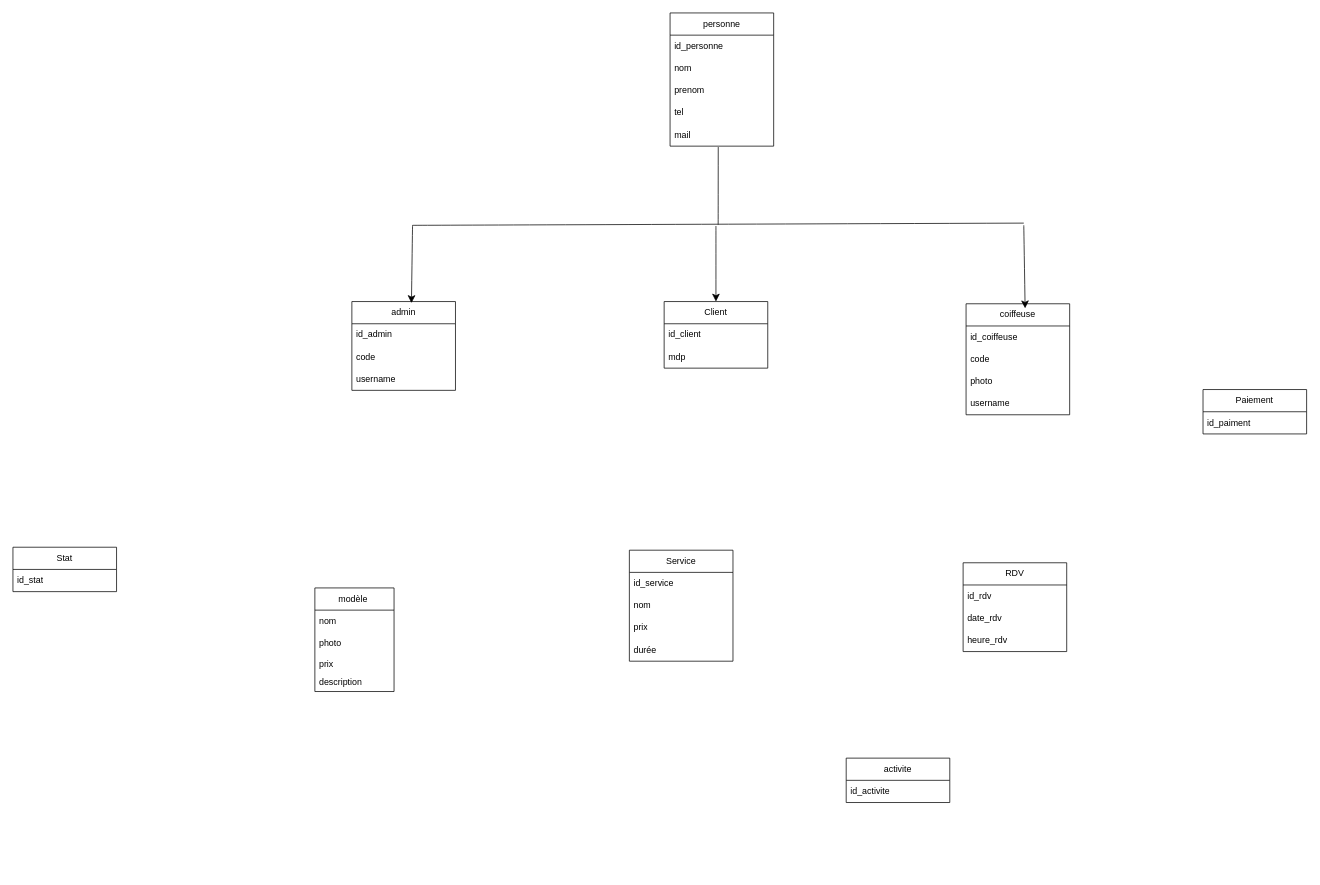
This is gestion_salon_coiffure.drawio from bettyhubcod/gestion_salon, a draw.io file, before an edit. Source tidied: cells renumbered, new cells numbered last; positions are measured from the earlier drawing's top-left corner, leaving out a move shared by most shapes. Both pictures are drawn from the tidied source at 74%, with x=0, y=0 at pixel (13, 13).
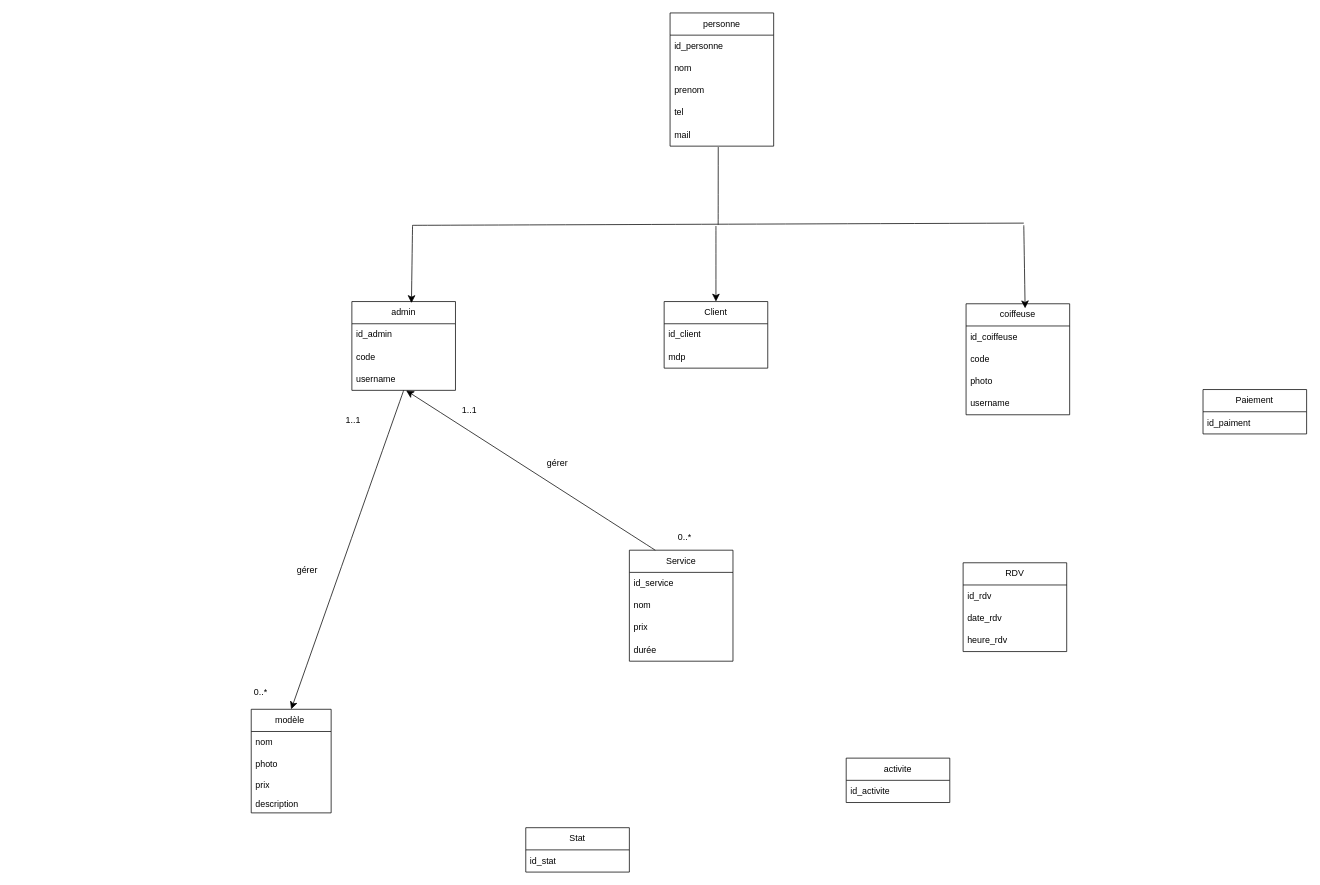
The same page after the edit.

Commit message:
Mettre à jour gestion_salon_coiffure.drawio

The change refers to these unchanged cells:
```xml
<mxCell id="12" value="admin" style="swimlane;fontStyle=0;horizontal=1;startSize=30;whiteSpace=wrap;html=1;" parent="1" vertex="1">
  <mxGeometry x="458" y="390" width="140" height="120" as="geometry" />
</mxCell>
<mxCell id="15" value="username" style="text;strokeColor=none;fillColor=none;align=left;verticalAlign=middle;spacingLeft=4;spacingRight=4;overflow=hidden;points=[[0,0.5],[1,0.5]];portConstraint=eastwest;whiteSpace=wrap;html=1;" parent="12" vertex="1">
  <mxGeometry y="90" width="140" height="30" as="geometry" />
</mxCell>
<mxCell id="29" value="Service" style="swimlane;fontStyle=0;horizontal=1;startSize=30;whiteSpace=wrap;html=1;" parent="1" vertex="1">
  <mxGeometry x="833" y="726" width="140" height="150" as="geometry" />
</mxCell>
```

What changed in the source:
```diff
@@
     <mxCell id="4" value="Stat" style="swimlane;fontStyle=0;horizontal=1;startSize=30;whiteSpace=wrap;html=1;" parent="1" vertex="1">
-      <mxGeometry y="722" width="140" height="60" as="geometry" />
+      <mxGeometry x="693" y="1101" width="140" height="60" as="geometry" />
     </mxCell>
@@
+    <mxCell id="45" style="edgeStyle=none;curved=1;rounded=0;jettySize=auto;html=1;exitX=0.5;exitY=1;exitDx=0;exitDy=0;entryX=0.5;entryY=0;entryDx=0;entryDy=0;fontSize=12;startSize=8;endSize=8;" parent="1" edge="1" source="12" target="24">
+      <mxGeometry relative="1" as="geometry" />
+    </mxCell>
@@
     <mxCell id="24" value="modèle&amp;nbsp;" style="swimlane;fontStyle=0;horizontal=1;startSize=30;whiteSpace=wrap;html=1;" parent="1" vertex="1">
-      <mxGeometry x="408" y="777" width="107" height="140" as="geometry" />
+      <mxGeometry x="322" y="941" width="108" height="140" as="geometry" />
     </mxCell>
     <mxCell id="25" value="nom" style="text;strokeColor=none;fillColor=none;align=left;verticalAlign=middle;spacingLeft=4;spacingRight=4;overflow=hidden;whiteSpace=wrap;html=1;" parent="24" vertex="1">
-      <mxGeometry y="30" width="107" height="30" as="geometry" />
+      <mxGeometry y="30" width="108" height="30" as="geometry" />
     </mxCell>
     <mxCell id="26" value="photo" style="text;strokeColor=none;fillColor=none;align=left;verticalAlign=middle;spacingLeft=4;spacingRight=4;overflow=hidden;whiteSpace=wrap;html=1;" parent="24" vertex="1">
-      <mxGeometry y="60" width="107" height="30" as="geometry" />
+      <mxGeometry y="60" width="108" height="30" as="geometry" />
     </mxCell>
     <mxCell id="27" value="prix" style="text;strokeColor=none;fillColor=none;align=left;verticalAlign=middle;spacingLeft=4;spacingRight=4;overflow=hidden;whiteSpace=wrap;html=1;" parent="24" vertex="1">
-      <mxGeometry y="90" width="107" height="25" as="geometry" />
+      <mxGeometry y="90" width="108" height="25" as="geometry" />
     </mxCell>
     <mxCell id="28" value="&lt;div&gt;description&lt;/div&gt;" style="text;strokeColor=none;fillColor=none;align=left;verticalAlign=middle;spacingLeft=4;spacingRight=4;overflow=hidden;whiteSpace=wrap;html=1;" parent="24" vertex="1">
-      <mxGeometry y="115" width="107" height="25" as="geometry" />
+      <mxGeometry y="115" width="108" height="25" as="geometry" />
     </mxCell>
@@
+    <mxCell id="46" value="0..*" style="text;strokeColor=none;fillColor=none;align=left;verticalAlign=middle;spacingLeft=4;spacingRight=4;overflow=hidden;whiteSpace=wrap;html=1;" parent="1" vertex="1">
+      <mxGeometry x="320" y="903" width="31" height="30" as="geometry" />
+    </mxCell>
+    <mxCell id="47" value="gérer&amp;nbsp;" style="text;strokeColor=none;fillColor=none;align=left;verticalAlign=middle;spacingLeft=4;spacingRight=4;overflow=hidden;whiteSpace=wrap;html=1;" parent="1" vertex="1">
+      <mxGeometry x="716" y="594" width="80" height="30" as="geometry" />
+    </mxCell>
+    <mxCell id="48" value="1..1" style="text;strokeColor=none;fillColor=none;align=left;verticalAlign=middle;spacingLeft=4;spacingRight=4;overflow=hidden;whiteSpace=wrap;html=1;" parent="1" vertex="1">
+      <mxGeometry x="444" y="536" width="31" height="30" as="geometry" />
+    </mxCell>
+    <mxCell id="49" style="edgeStyle=none;curved=1;rounded=0;jettySize=auto;html=1;exitX=0.25;exitY=0;exitDx=0;exitDy=0;entryX=0.524;entryY=1.007;entryDx=0;entryDy=0;entryPerimeter=0;fontSize=12;startSize=8;endSize=8;" parent="1" edge="1" source="29" target="15">
+      <mxGeometry relative="1" as="geometry" />
+    </mxCell>
+    <mxCell id="50" value="gérer&amp;nbsp;" style="text;strokeColor=none;fillColor=none;align=left;verticalAlign=middle;spacingLeft=4;spacingRight=4;overflow=hidden;whiteSpace=wrap;html=1;" parent="1" vertex="1">
+      <mxGeometry x="378" y="738" width="80" height="30" as="geometry" />
+    </mxCell>
+    <mxCell id="51" value="0..*" style="text;strokeColor=none;fillColor=none;align=left;verticalAlign=middle;spacingLeft=4;spacingRight=4;overflow=hidden;whiteSpace=wrap;html=1;" parent="1" vertex="1">
+      <mxGeometry x="893" y="694" width="31" height="30" as="geometry" />
+    </mxCell>
+    <mxCell id="52" value="1..1" style="text;strokeColor=none;fillColor=none;align=left;verticalAlign=middle;spacingLeft=4;spacingRight=4;overflow=hidden;whiteSpace=wrap;html=1;" parent="1" vertex="1">
+      <mxGeometry x="601" y="522" width="31" height="30" as="geometry" />
+    </mxCell>
```
